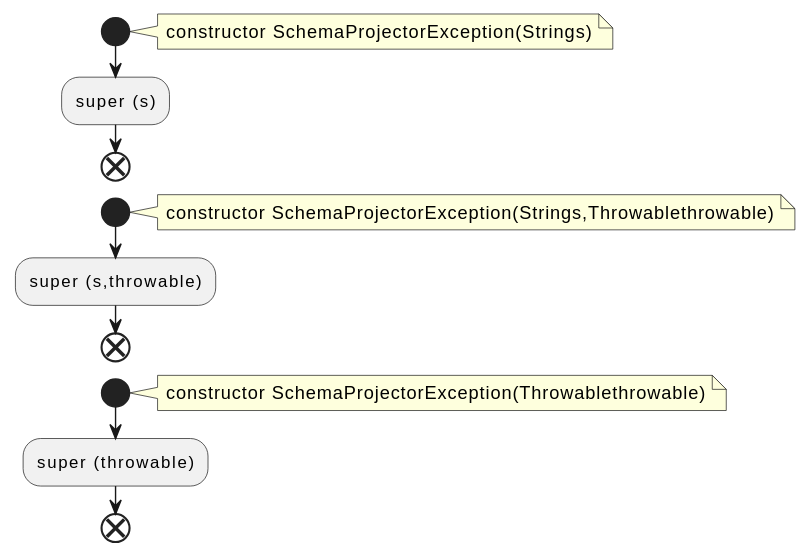
Before: docs/qc/connect/api/src/main/java/org/apache/kafka/connect/errors/SchemaProjectorException.java.fct.svg, a diagram exported from PlantUML (qualitesys/kafka). The source it was exported from:
```plantuml
@startuml
!pragma layout smetana
start
note right
constructor SchemaProjectorException(Strings)
end note
:super (s);
end
start
note right
constructor SchemaProjectorException(Strings,Throwablethrowable)
end note
:super (s,throwable);
end
start
note right
constructor SchemaProjectorException(Throwablethrowable)
end note
:super (throwable);
end
@enduml
```
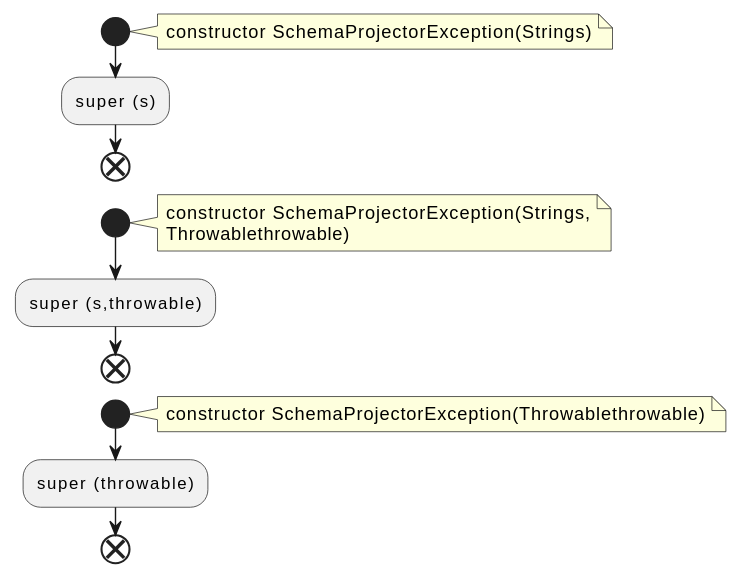
Above is the later version.

Diff of the diagram source:
```diff
@@ -8,7 +8,8 @@
 end
 start
 note right
-constructor SchemaProjectorException(Strings,Throwablethrowable)
+constructor SchemaProjectorException(Strings,
+Throwablethrowable)
 end note
 :super (s,throwable);
 end
```
